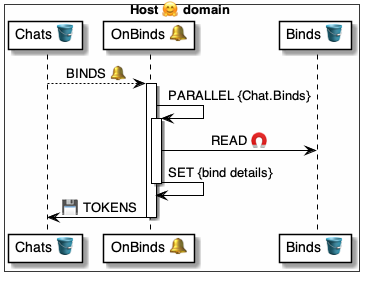
Before: 4 ⚙️ Solution/41 🎭 Domain Roles/Hosts 🤗/🤗🪣 Host tables/Chats 💬 table/🪣🔔 12 Binds/🤗 OnChatBinds ⚙️ uml.png, a diagram exported from PlantUML (pollyweb-org/pollyweb-docs). Its source is kept beside it as 4 ⚙️ Solution/41 🎭 Domain Roles/Hosts 🤗/🤗🪣 Host tables/Chats 💬 table/🪣🔔 12 Binds/🤗 OnChatBinds ⚙️ uml.puml.
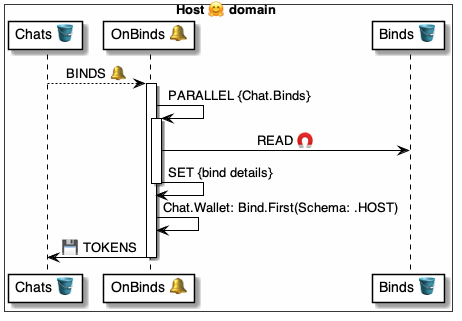
The same file after the commit.

What changed in the source:
```diff
@@ -17,6 +17,8 @@
         script -> script: SET {bind details}
     deactivate script
 
+    script -> script: Chat.Wallet: Bind.First(Schema: .HOST)
+
     script -> chats: 💾 TOKENS
 
 deactivate script
```
